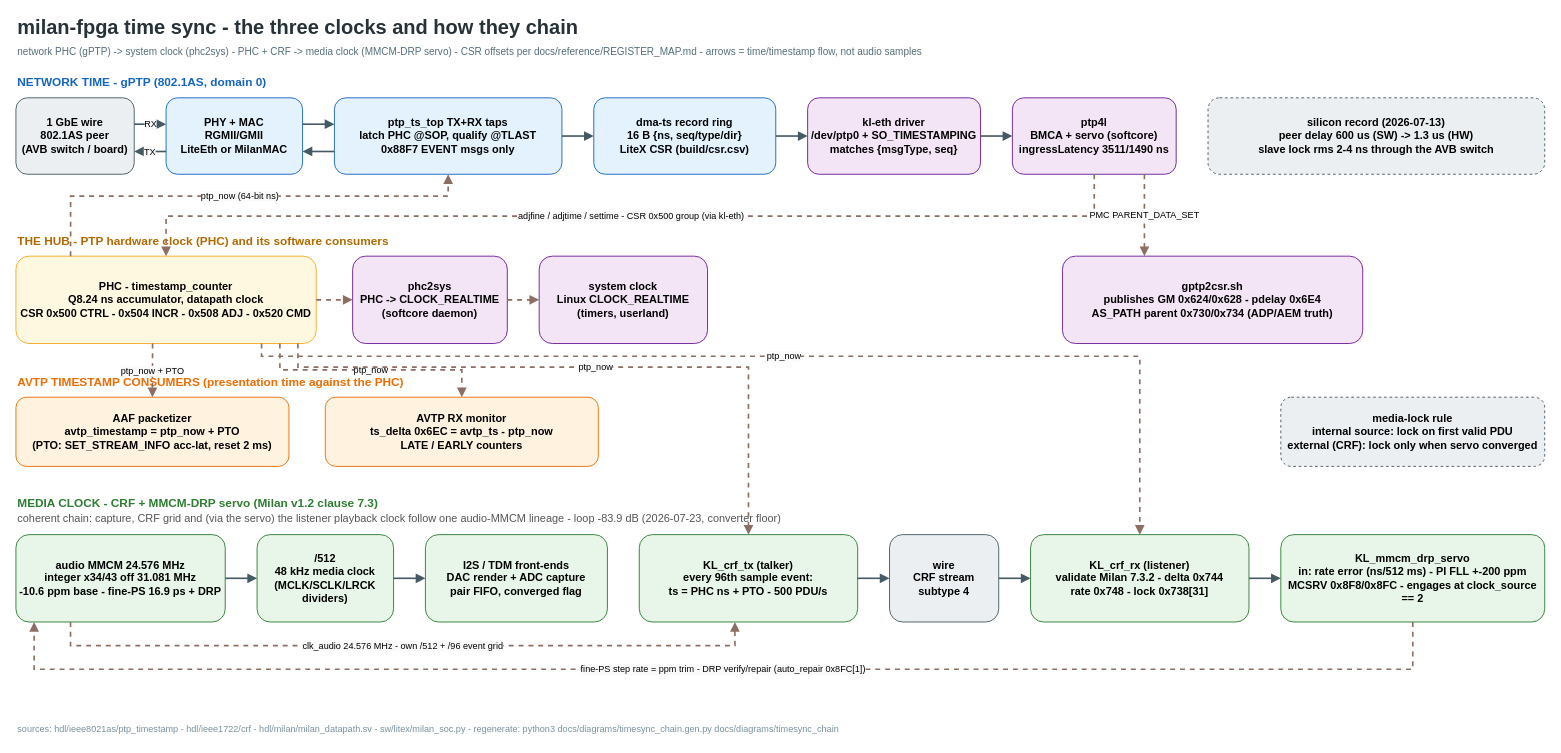
Before: docs/diagrams/timesync_chain.drawio in kebag-logic/milan-fpga, a draw.io diagram. Source tidied: cells renumbered, new cells numbered last; positions are measured from the earlier drawing's top-left corner, leaving out a move shared by most shapes. Both pictures are drawn from the tidied source at 91%, with x=0, y=0 at pixel (15, 17).
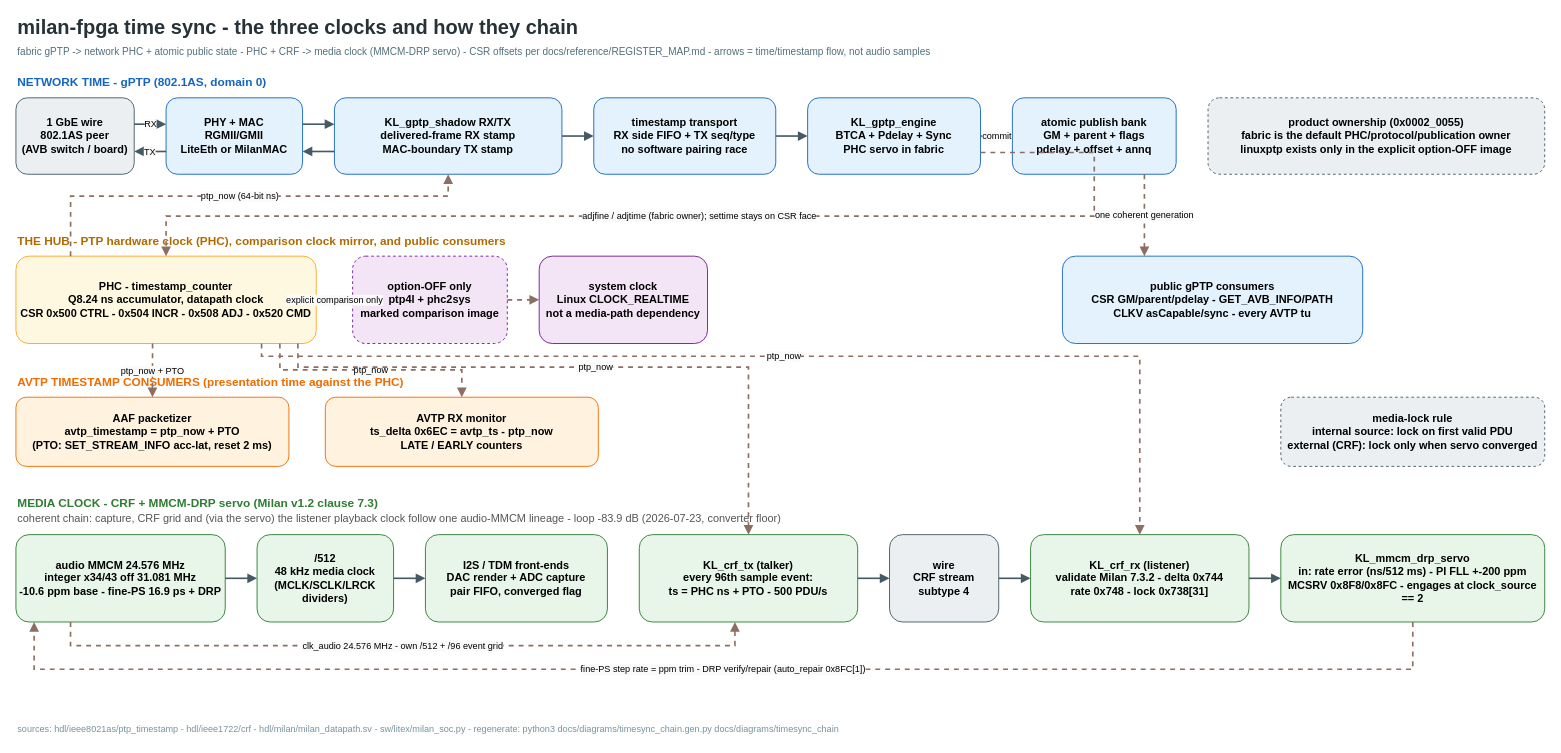
The same page after the edit.

The change refers to these unchanged cells:
```xml
<mxCell id="9" value="PHC - timestamp_counter&#10;Q8.24 ns accumulator, datapath clock&#10;CSR 0x500 CTRL - 0x504 INCR - 0x508 ADJ - 0x520 CMD" style="rounded=1;whiteSpace=wrap;html=1;fillColor=#FFF8E1;strokeColor=#F9A825;fontSize=12;align=center;verticalAlign=middle;fontStyle=1;" parent="1" vertex="1">
  <mxGeometry y="262" width="330" height="96" as="geometry" />
</mxCell>
```

What changed in the source:
```diff
@@
-    <mxCell id="4" value="ptp_ts_top TX+RX taps&#10;latch PHC @SOP, qualify @TLAST&#10;0x88F7 EVENT msgs only" style="rounded=1;whiteSpace=wrap;html=1;fillColor=#E3F2FD;strokeColor=#1565C0;fontSize=12;align=center;verticalAlign=middle;fontStyle=1;" parent="1" vertex="1">
+    <mxCell id="4" value="KL_gptp_shadow RX/TX&#10;delivered-frame RX stamp&#10;MAC-boundary TX stamp" style="rounded=1;whiteSpace=wrap;html=1;fillColor=#E3F2FD;strokeColor=#1565C0;fontSize=12;align=center;verticalAlign=middle;fontStyle=1;" parent="1" vertex="1">
       <mxGeometry x="350" y="88" width="250" height="84" as="geometry" />
     </mxCell>
-    <mxCell id="5" value="dma-ts record ring&#10;16 B {ns, seq/type/dir}&#10;LiteX CSR (build/csr.csv)" style="rounded=1;whiteSpace=wrap;html=1;fillColor=#E3F2FD;strokeColor=#1565C0;fontSize=12;align=center;verticalAlign=middle;fontStyle=1;" parent="1" vertex="1">
+    <mxCell id="5" value="timestamp transport&#10;RX side FIFO + TX seq/type&#10;no software pairing race" style="rounded=1;whiteSpace=wrap;html=1;fillColor=#E3F2FD;strokeColor=#1565C0;fontSize=12;align=center;verticalAlign=middle;fontStyle=1;" parent="1" vertex="1">
       <mxGeometry x="635" y="88" width="200" height="84" as="geometry" />
     </mxCell>
-    <mxCell id="6" value="kl-eth driver&#10;/dev/ptp0 + SO_TIMESTAMPING&#10;matches {msgType, seq}" style="rounded=1;whiteSpace=wrap;html=1;fillColor=#F3E5F5;strokeColor=#6A1B9A;fontSize=12;align=center;verticalAlign=middle;fontStyle=1;" parent="1" vertex="1">
+    <mxCell id="6" value="KL_gptp_engine&#10;BTCA + Pdelay + Sync&#10;PHC servo in fabric" style="rounded=1;whiteSpace=wrap;html=1;fillColor=#E3F2FD;strokeColor=#1565C0;fontSize=12;align=center;verticalAlign=middle;fontStyle=1;" parent="1" vertex="1">
       <mxGeometry x="870" y="88" width="190" height="84" as="geometry" />
     </mxCell>
-    <mxCell id="7" value="ptp4l&#10;BMCA + servo (softcore)&#10;ingressLatency 3511/1490 ns" style="rounded=1;whiteSpace=wrap;html=1;fillColor=#F3E5F5;strokeColor=#6A1B9A;fontSize=12;align=center;verticalAlign=middle;fontStyle=1;" parent="1" vertex="1">
+    <mxCell id="7" value="atomic publish bank&#10;GM + parent + flags&#10;pdelay + offset + annq" style="rounded=1;whiteSpace=wrap;html=1;fillColor=#E3F2FD;strokeColor=#1565C0;fontSize=12;align=center;verticalAlign=middle;fontStyle=1;" parent="1" vertex="1">
       <mxGeometry x="1095" y="88" width="180" height="84" as="geometry" />
     </mxCell>
-    <mxCell id="8" value="silicon record (2026-07-13)&#10;peer delay 600 us (SW) -&gt; 1.3 us (HW)&#10;slave lock rms 2-4 ns through the AVB switch" style="rounded=1;whiteSpace=wrap;html=1;fillColor=#ECEFF1;strokeColor=#455A64;fontSize=12;align=center;verticalAlign=middle;dashed=1;fontStyle=1;" parent="1" vertex="1">
+    <mxCell id="8" value="product ownership (0x0002_0055)&#10;fabric is the default PHC/protocol/publication owner&#10;linuxptp exists only in the explicit option-OFF image" style="rounded=1;whiteSpace=wrap;html=1;fillColor=#ECEFF1;strokeColor=#455A64;fontSize=12;align=center;verticalAlign=middle;dashed=1;fontStyle=1;" parent="1" vertex="1">
       <mxGeometry x="1310" y="88" width="370" height="84" as="geometry" />
     </mxCell>
@@
-    <mxCell id="10" value="phc2sys&#10;PHC -&gt; CLOCK_REALTIME&#10;(softcore daemon)" style="rounded=1;whiteSpace=wrap;html=1;fillColor=#F3E5F5;strokeColor=#6A1B9A;fontSize=12;align=center;verticalAlign=middle;fontStyle=1;" parent="1" vertex="1">
+    <mxCell id="10" value="option-OFF only&#10;ptp4l + phc2sys&#10;marked comparison image" style="rounded=1;whiteSpace=wrap;html=1;fillColor=#F3E5F5;strokeColor=#6A1B9A;fontSize=12;align=center;verticalAlign=middle;dashed=1;fontStyle=1;" parent="1" vertex="1">
       <mxGeometry x="370" y="262" width="170" height="96" as="geometry" />
     </mxCell>
-    <mxCell id="11" value="system clock&#10;Linux CLOCK_REALTIME&#10;(timers, userland)" style="rounded=1;whiteSpace=wrap;html=1;fillColor=#F3E5F5;strokeColor=#6A1B9A;fontSize=12;align=center;verticalAlign=middle;fontStyle=1;" parent="1" vertex="1">
+    <mxCell id="11" value="system clock&#10;Linux CLOCK_REALTIME&#10;not a media-path dependency" style="rounded=1;whiteSpace=wrap;html=1;fillColor=#F3E5F5;strokeColor=#6A1B9A;fontSize=12;align=center;verticalAlign=middle;fontStyle=1;" parent="1" vertex="1">
       <mxGeometry x="575" y="262" width="185" height="96" as="geometry" />
     </mxCell>
-    <mxCell id="12" value="gptp2csr.sh&#10;publishes GM 0x624/0x628 - pdelay 0x6E4&#10;AS_PATH parent 0x730/0x734 (ADP/AEM truth)" style="rounded=1;whiteSpace=wrap;html=1;fillColor=#F3E5F5;strokeColor=#6A1B9A;fontSize=12;align=center;verticalAlign=middle;fontStyle=1;" parent="1" vertex="1">
+    <mxCell id="12" value="public gPTP consumers&#10;CSR GM/parent/pdelay - GET_AVB_INFO/PATH&#10;CLKV asCapable/sync - every AVTP tu" style="rounded=1;whiteSpace=wrap;html=1;fillColor=#E3F2FD;strokeColor=#1565C0;fontSize=12;align=center;verticalAlign=middle;fontStyle=1;" parent="1" vertex="1">
       <mxGeometry x="1150" y="262" width="330" height="96" as="geometry" />
     </mxCell>
@@
-    <mxCell id="24" value="THE HUB - PTP hardware clock (PHC) and its software consumers" style="text;html=1;align=left;verticalAlign=middle;fontSize=13;fontColor=#B26A00;fontStyle=1;" parent="1" vertex="1">
+    <mxCell id="24" value="THE HUB - PTP hardware clock (PHC), comparison clock mirror, and public consumers" style="text;html=1;align=left;verticalAlign=middle;fontSize=13;fontColor=#B26A00;fontStyle=1;" parent="1" vertex="1">
       <mxGeometry y="234" width="1680" height="22" as="geometry" />
     </mxCell>
@@
-    <mxCell id="29" value="network PHC (gPTP)  -&gt;  system clock (phc2sys)   -   PHC + CRF  -&gt;  media clock (MMCM-DRP servo)   -   CSR offsets per docs/reference/REGISTER_MAP.md   -   arrows = time/timestamp flow, not audio samples" style="text;html=1;align=left;verticalAlign=middle;fontSize=11;fontColor=#546E7A;" parent="1" vertex="1">
+    <mxCell id="29" value="fabric gPTP  -&gt;  network PHC + atomic public state   -   PHC + CRF  -&gt;  media clock (MMCM-DRP servo)   -   CSR offsets per docs/reference/REGISTER_MAP.md   -   arrows = time/timestamp flow, not audio samples" style="text;html=1;align=left;verticalAlign=middle;fontSize=11;fontColor=#546E7A;" parent="1" vertex="1">
       <mxGeometry y="26" width="1680" height="22" as="geometry" />
     </mxCell>
@@
-    <mxCell id="37" style="edgeStyle=orthogonalEdgeStyle;rounded=0;html=1;endArrow=block;endFill=1;strokeColor=#455A64;strokeWidth=1.8;fontSize=10;labelBackgroundColor=#FAFAFA;exitX=1.0;exitY=0.5;entryX=0.0;entryY=0.5;" parent="1" edge="1" source="6" target="7">
+    <mxCell id="37" value="commit" style="edgeStyle=orthogonalEdgeStyle;rounded=0;html=1;endArrow=block;endFill=1;strokeColor=#455A64;strokeWidth=1.8;fontSize=10;labelBackgroundColor=#FAFAFA;exitX=1.0;exitY=0.5;entryX=0.0;entryY=0.5;" parent="1" edge="1" source="6" target="7">
       <mxGeometry relative="1" as="geometry" />
     </mxCell>
-    <mxCell id="38" value="adjfine / adjtime / settime - CSR 0x500 group (via kl-eth)" style="edgeStyle=orthogonalEdgeStyle;rounded=0;html=1;endArrow=block;endFill=1;strokeColor=#8D6E63;strokeWidth=1.8;fontSize=10;labelBackgroundColor=#FAFAFA;dashed=1;exitX=0.5;exitY=1.0;entryX=0.5;entryY=0.0;" parent="1" edge="1" source="7" target="9">
+    <mxCell id="38" value="adjfine / adjtime (fabric owner); settime stays on CSR face" style="edgeStyle=orthogonalEdgeStyle;rounded=0;html=1;endArrow=block;endFill=1;strokeColor=#8D6E63;strokeWidth=1.8;fontSize=10;labelBackgroundColor=#FAFAFA;dashed=1;exitX=1.658;exitY=1.0;entryX=0.5;entryY=0.0;" parent="1" edge="1" source="6" target="9">
       <mxGeometry relative="1" as="geometry">
         <Array as="points">
           <mxPoint x="1185" y="218" />
           <mxPoint x="165" y="218" />
         </Array>
       </mxGeometry>
     </mxCell>
@@
-    <mxCell id="40" style="edgeStyle=orthogonalEdgeStyle;rounded=0;html=1;endArrow=block;endFill=1;strokeColor=#8D6E63;strokeWidth=1.8;fontSize=10;labelBackgroundColor=#FAFAFA;dashed=1;exitX=1.0;exitY=0.5;entryX=0.0;entryY=0.5;" parent="1" edge="1" source="9" target="10">
+    <mxCell id="40" value="explicit comparison only" style="edgeStyle=orthogonalEdgeStyle;rounded=0;html=1;endArrow=block;endFill=1;strokeColor=#8D6E63;strokeWidth=1.8;fontSize=10;labelBackgroundColor=#FAFAFA;dashed=1;exitX=1.0;exitY=0.5;entryX=0.0;entryY=0.5;" parent="1" edge="1" source="9" target="10">
       <mxGeometry relative="1" as="geometry" />
     </mxCell>
@@
-    <mxCell id="42" value="PMC PARENT_DATA_SET" style="edgeStyle=orthogonalEdgeStyle;rounded=0;html=1;endArrow=block;endFill=1;strokeColor=#8D6E63;strokeWidth=1.8;fontSize=10;labelBackgroundColor=#FAFAFA;dashed=1;exitX=0.806;exitY=1.0;entryX=0.273;entryY=0.0;" parent="1" edge="1" source="7" target="12">
+    <mxCell id="42" value="one coherent generation" style="edgeStyle=orthogonalEdgeStyle;rounded=0;html=1;endArrow=block;endFill=1;strokeColor=#8D6E63;strokeWidth=1.8;fontSize=10;labelBackgroundColor=#FAFAFA;dashed=1;exitX=0.806;exitY=1.0;entryX=0.273;entryY=0.0;" parent="1" edge="1" source="7" target="12">
       <mxGeometry relative="1" as="geometry" />
     </mxCell>
```
